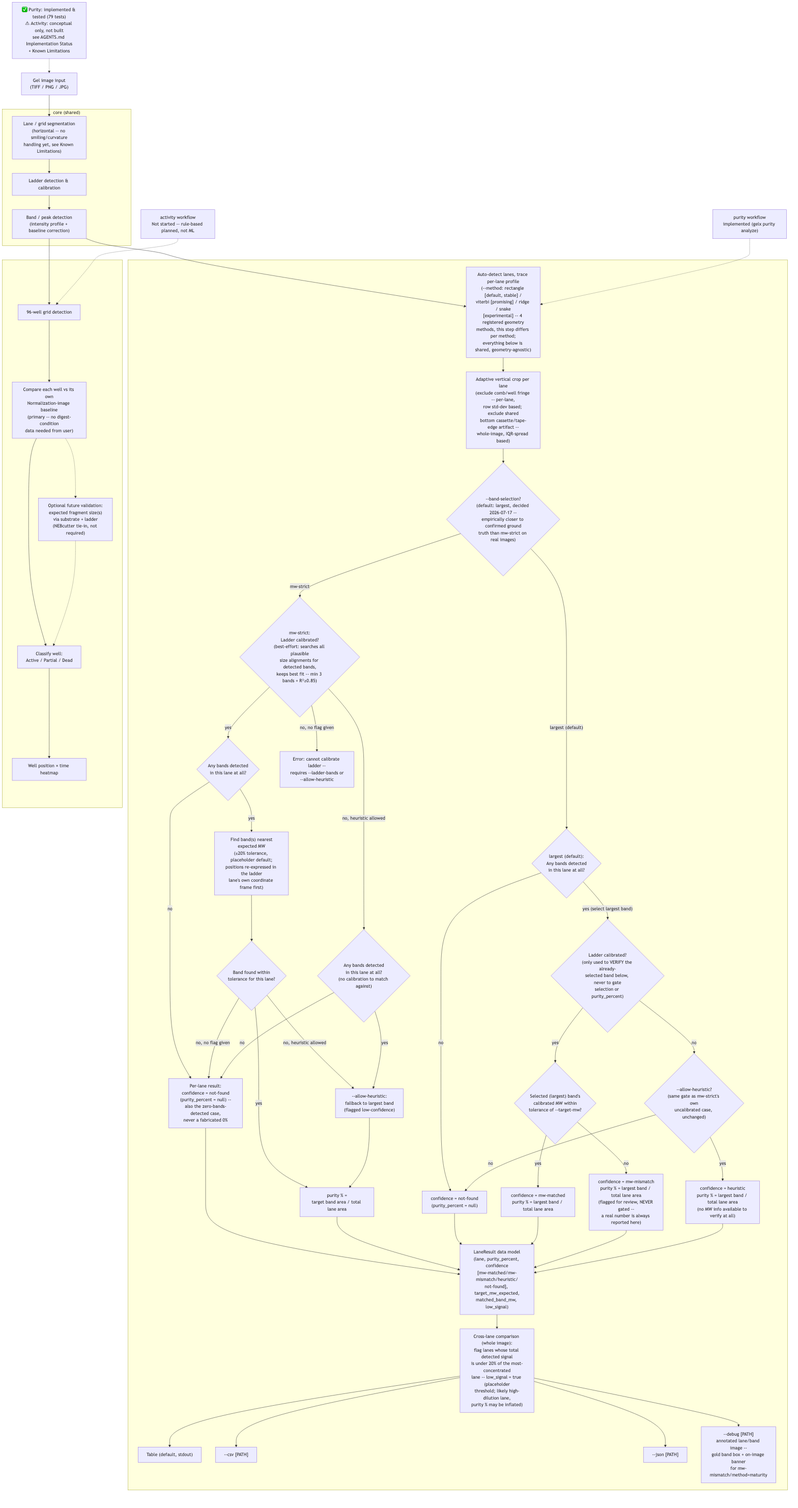
nebiolabs/gel-image-extractor keeps this Mermaid diagram as diagrams/program-flow.png. Above is the earlier version. Its source is kept beside it as diagrams/program-flow.mmd.
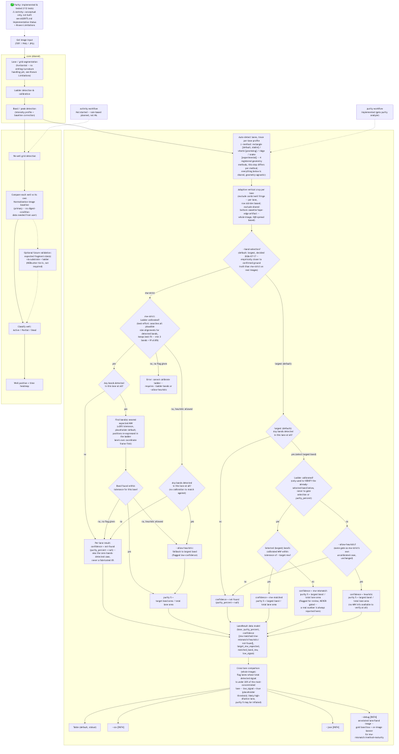
The same diagram one commit later.

The edit, as a diff of the source:
```diff
@@ -1,6 +1,6 @@
 
 flowchart TD
-    Note["✅ Purity: implemented & tested (79 tests)<br/>⚠ Activity: conceptual only, not built<br/>see AGENTS.md Implementation Status<br/>+ Known Limitations"]
+    Note["✅ Purity: implemented & tested (112 tests)<br/>⚠ Activity: conceptual only, not built<br/>see AGENTS.md Implementation Status<br/>+ Known Limitations"]
 
     Input["Gel image input<br/>(TIFF / PNG / JPG)"]
 
```
